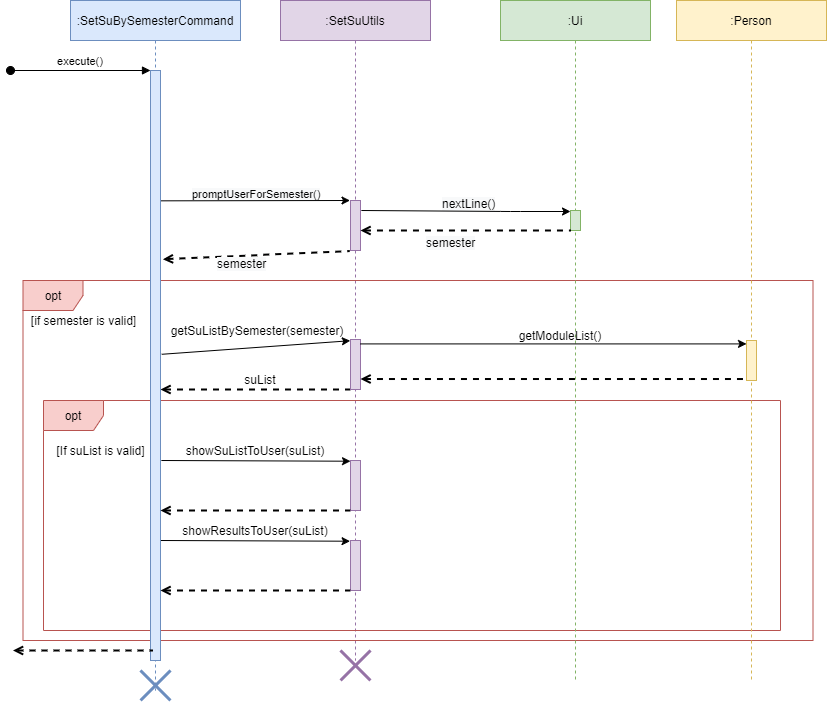
Before: docs/images/DeveloperGuide/setSuBySemesterCommand_sequence.png, a diagram exported from draw.io (vanessa-kang/tp). Source tidied: cells renumbered, new cells last; positions are measured from the earlier drawing's top-left corner, leaving out a move shared by most shapes.
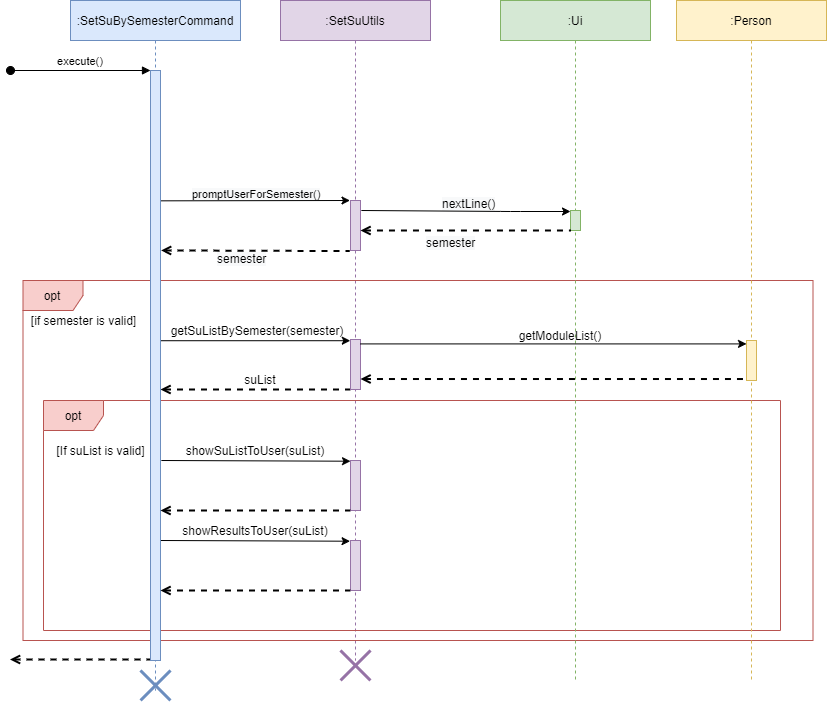
After the change.

What changed in the source:
```diff
@@ -20,7 +20,7 @@
     <mxCell id="7" value=":Ui" style="shape=umlLifeline;perimeter=lifelinePerimeter;rounded=0;shadow=0;strokeWidth=1;fillColor=#d5e8d4;strokeColor=#82b366;" parent="1" vertex="1">
       <mxGeometry x="490" width="150" height="680" as="geometry" />
     </mxCell>
-    <mxCell id="8" style="endArrow=none;dashed=1;html=1;strokeWidth=2;entryX=-0.067;entryY=1.011;entryDx=0;entryDy=0;entryPerimeter=0;startArrow=open;startFill=0;exitX=1.24;exitY=0.32;exitDx=0;exitDy=0;exitPerimeter=0;" parent="1" edge="1" source="13" target="15">
+    <mxCell id="8" style="endArrow=none;dashed=1;html=1;strokeWidth=2;entryX=-0.067;entryY=1.011;entryDx=0;entryDy=0;entryPerimeter=0;startArrow=open;startFill=0;exitX=1.056;exitY=0.305;exitDx=0;exitDy=0;exitPerimeter=0;" parent="1" edge="1" source="13" target="15">
       <mxGeometry relative="1" as="geometry" />
     </mxCell>
     <mxCell id="9" style="endArrow=none;dashed=1;html=1;strokeWidth=2;entryX=-0.033;entryY=1.011;entryDx=0;entryDy=0;entryPerimeter=0;exitX=1.3;exitY=0.179;exitDx=0;exitDy=0;exitPerimeter=0;startArrow=open;startFill=0;" parent="1" edge="1">
@@ -29,7 +29,7 @@
         <mxPoint x="339.7" y="389.1" as="targetPoint" />
       </mxGeometry>
     </mxCell>
-    <mxCell id="10" style="endArrow=classic;html=1;exitX=1.124;exitY=0.481;exitDx=0;exitDy=0;exitPerimeter=0;entryX=-0.02;entryY=0.007;entryDx=0;entryDy=0;entryPerimeter=0;" parent="1" edge="1" source="13">
+    <mxCell id="10" style="endArrow=classic;html=1;exitX=1.042;exitY=0.458;exitDx=0;exitDy=0;exitPerimeter=0;entryX=-0.02;entryY=0.007;entryDx=0;entryDy=0;entryPerimeter=0;" parent="1" edge="1" source="13">
       <mxGeometry relative="1" as="geometry">
         <mxPoint x="339.8" y="340.2" as="targetPoint" />
       </mxGeometry>
@@ -91,7 +91,7 @@
       <mxGeometry x="414" y="229" width="80" height="30" as="geometry" />
     </mxCell>
     <mxCell id="25" value="&lt;span style=&quot;color: rgb(0 , 0 , 0) ; font-family: &amp;#34;helvetica&amp;#34; ; font-size: 12px ; font-style: normal ; font-weight: 400 ; letter-spacing: normal ; text-align: center ; text-indent: 0px ; text-transform: none ; word-spacing: 0px ; background-color: rgb(248 , 249 , 250) ; display: inline ; float: none&quot;&gt;semester&lt;/span&gt;" style="text;whiteSpace=wrap;html=1;" parent="1" vertex="1">
-      <mxGeometry x="205" y="250" width="80" height="30" as="geometry" />
+      <mxGeometry x="205" y="245" width="80" height="30" as="geometry" />
     </mxCell>
     <mxCell id="26" style="points=[];perimeter=orthogonalPerimeter;rounded=0;shadow=0;strokeWidth=1;fillColor=#e1d5e7;strokeColor=#9673a6;" parent="1" vertex="1">
       <mxGeometry x="340" y="339" width="10" height="50" as="geometry" />
@@ -160,10 +160,10 @@
     </mxCell>
     <mxCell id="41" style="endArrow=none;dashed=1;html=1;strokeWidth=2;entryX=-0.033;entryY=1.011;entryDx=0;entryDy=0;entryPerimeter=0;startArrow=open;startFill=0;" parent="1" edge="1">
       <mxGeometry relative="1" as="geometry">
-        <mxPoint x="2.5" y="650" as="sourcePoint" />
-        <mxPoint x="142.5" y="650.1" as="targetPoint" />
+        <mxPoint x="-0.5" y="659" as="sourcePoint" />
+        <mxPoint x="139.5" y="659.1" as="targetPoint" />
         <Array as="points">
-          <mxPoint x="40.7" y="650" />
+          <mxPoint x="37.7" y="659" />
         </Array>
       </mxGeometry>
     </mxCell>
```
